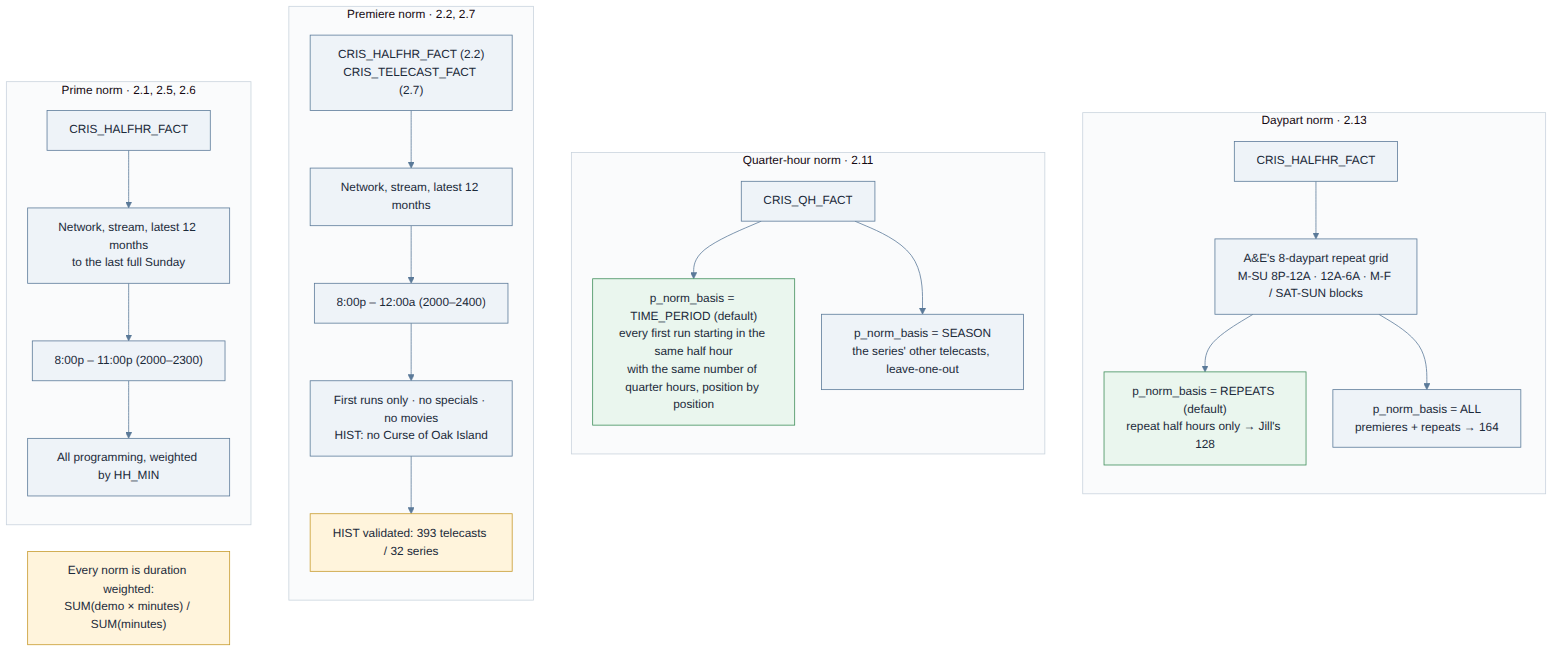
The Mermaid diagram docs/figures/06_norms.png in eninosiira/all_sql_and_docs, before a commit. Its source is kept beside it as docs/figures/src/06_norms.mmd.
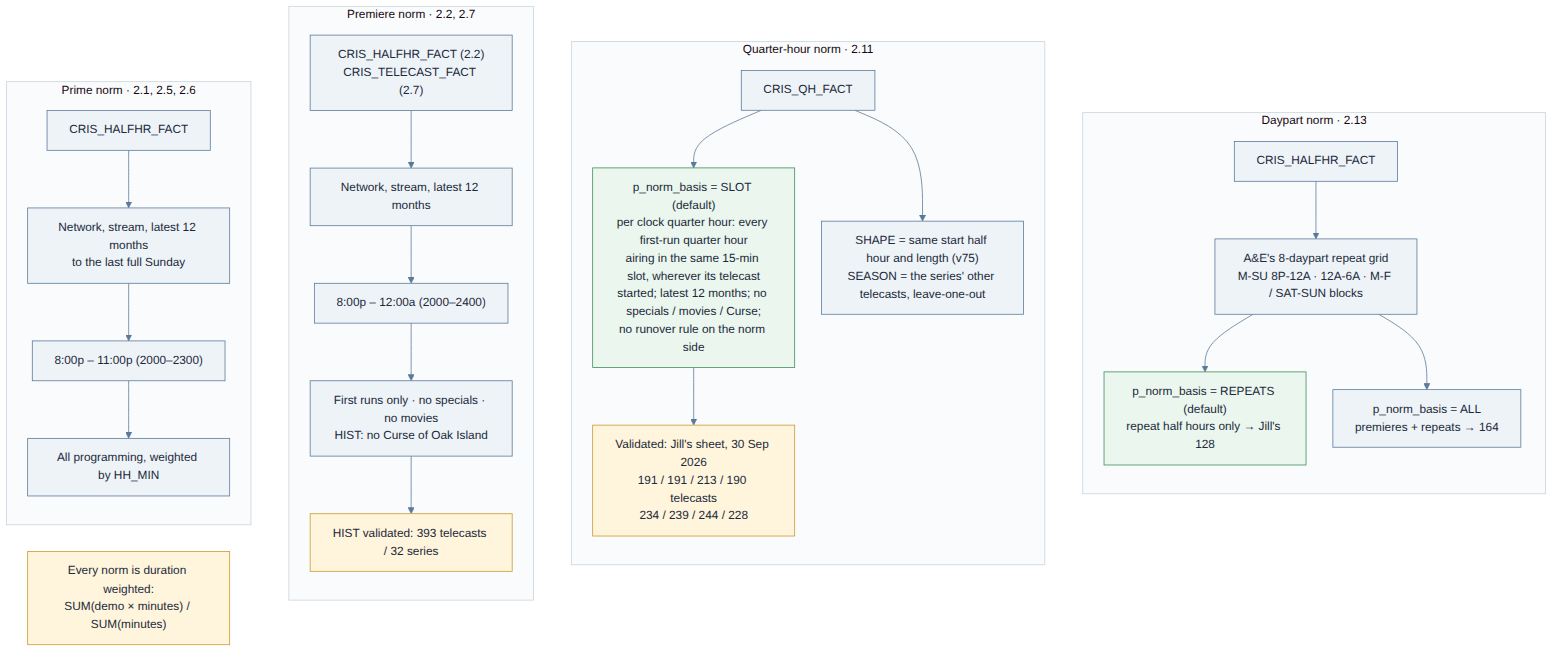
Above is the later version.

Diff of the diagram source:
```diff
@@ -19,10 +19,11 @@
   subgraph QN["Quarter-hour norm  · 2.11"]
     direction TB
     q1["CRIS_QH_FACT"]
-    q2["p_norm_basis = TIME_PERIOD (default)<br/>every first run starting in the same half hour<br/>with the same number of quarter hours, position by position"]
-    q3["p_norm_basis = SEASON<br/>the series' other telecasts, leave-one-out"]
-    q1 --> q2
-    q1 --> q3
+    q2["p_norm_basis = SLOT (default)<br/>per clock quarter hour: every first-run quarter hour<br/>airing in the same 15-min slot, wherever its telecast<br/>started; latest 12 months; no specials / movies / Curse;<br/>no runover rule on the norm side"]
+    q3["Validated: Jill's sheet, 30 Sep 2026<br/>191 / 191 / 213 / 190 telecasts<br/>234 / 239 / 244 / 228"]
+    q4["SHAPE = same start half hour and length (v75)<br/>SEASON = the series' other telecasts, leave-one-out"]
+    q1 --> q2 --> q3
+    q1 --> q4
   end
   subgraph DN["Daypart norm  · 2.13"]
     direction TB
@@ -36,6 +37,6 @@
   R["Every norm is duration weighted:<br/>SUM(demo × minutes) / SUM(minutes)"]
   PN ~~~ EN ~~~ QN ~~~ DN
   classDef note fill:#FFF4DC,stroke:#C79A2B,color:#1B2A3A
-  class R,e5 note
+  class R,e5,q3 note
   classDef key fill:#EAF6EE,stroke:#3E8E5A,color:#1B2A3A
   class d3,q2 key
```
